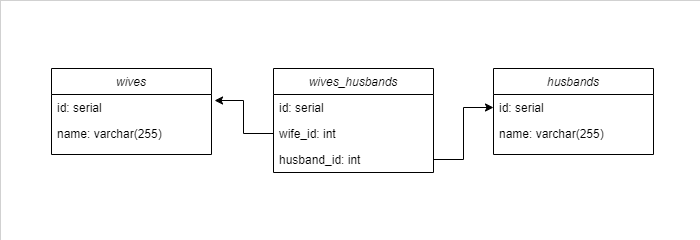
This is db/one_to_one.png from RuslanZb/job4j_design, a draw.io export, as it was before one commit. Source tidied: cells renumbered, new cells last; positions are measured from the earlier drawing's top-left corner, leaving out a move shared by most shapes.
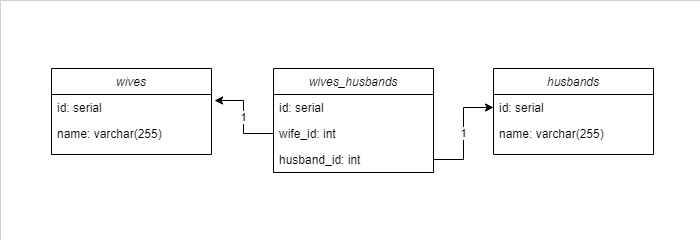
After the change.

Commit message:
0.1. Связи между таблицами [#373615 #394878]

Change to the diagram source:
```diff
@@ -35,7 +35,7 @@
     <mxCell id="12" value="husband_id: int" style="text;align=left;verticalAlign=top;spacingLeft=4;spacingRight=4;overflow=hidden;points=[[0,0.5],[1,0.5]];portConstraint=eastwest;rounded=0;shadow=0;html=0;strokeWidth=0;" parent="9" vertex="1">
       <mxGeometry y="78" width="160" height="26" as="geometry" />
     </mxCell>
-    <mxCell id="13" style="endArrow=classic;html=1;rounded=0;edgeStyle=orthogonalEdgeStyle;entryX=1.019;entryY=0.231;entryDx=0;entryDy=0;entryPerimeter=0;exitX=0;exitY=0.5;exitDx=0;exitDy=0;" parent="1" edge="1" source="11" target="4">
+    <mxCell id="13" value="1" style="endArrow=classic;html=1;rounded=0;edgeStyle=orthogonalEdgeStyle;entryX=1.019;entryY=0.231;entryDx=0;entryDy=0;entryPerimeter=0;exitX=0;exitY=0.5;exitDx=0;exitDy=0;strokeColor=default;" parent="1" edge="1" source="11" target="4">
       <mxGeometry relative="1" as="geometry">
         <Array as="points">
           <mxPoint x="243" y="133" />
@@ -43,7 +43,7 @@
         </Array>
       </mxGeometry>
     </mxCell>
-    <mxCell id="14" style="endArrow=classic;html=1;rounded=0;entryX=0;entryY=0.5;entryDx=0;entryDy=0;exitX=1;exitY=0.5;exitDx=0;exitDy=0;edgeStyle=orthogonalEdgeStyle;" parent="1" edge="1" source="12" target="7">
+    <mxCell id="14" value="1" style="endArrow=classic;html=1;rounded=0;entryX=0;entryY=0.5;entryDx=0;entryDy=0;exitX=1;exitY=0.5;exitDx=0;exitDy=0;edgeStyle=orthogonalEdgeStyle;" parent="1" edge="1" source="12" target="7">
       <mxGeometry relative="1" as="geometry" />
     </mxCell>
   </root>
```
